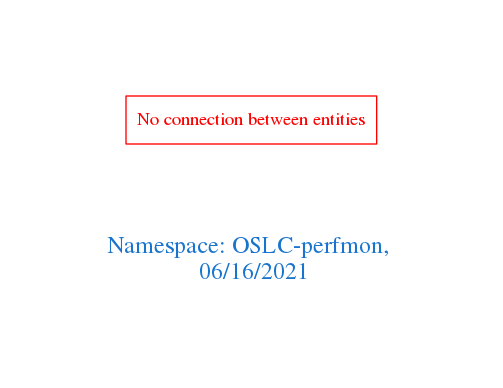
The Graphviz diagram downloads/OSLC-perfmon.png in arago/OGIT, before a commit. Its source is kept beside it as downloads/OSLC-perfmon.dot.
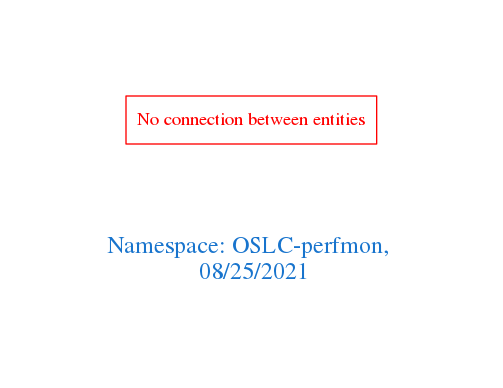
Above is the later version.

What changed in the source:
```diff
@@ -1,7 +1,7 @@
 digraph OGIT_ontology {
  graph [ rankdir= LR,pad=1
 fontsize = 18,
-fontcolor= dodgerblue3,label = "\n\n\nNamespace: OSLC-perfmon, \n 06/16/2021"];
+fontcolor= dodgerblue3,label = "\n\n\nNamespace: OSLC-perfmon, \n 08/25/2021"];
 node[shape=polygon];
 edge [  color="gray81"];
 
```
